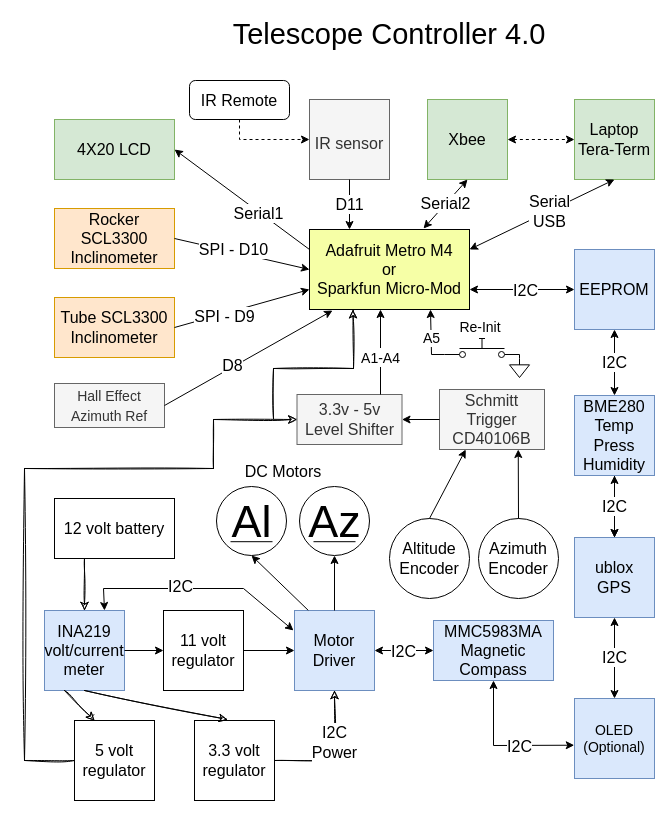
Earlier version of the draw.io diagram TelescopeController4_0.drawio (DavidArmstrong/SAMDTelescopeController). Source tidied: cells renumbered, new cells numbered last; positions are measured from the earlier drawing's top-left corner, leaving out a move shared by most shapes. Both pictures are drawn from the tidied source at 100%, with x=0, y=0 at pixel (24, 19).
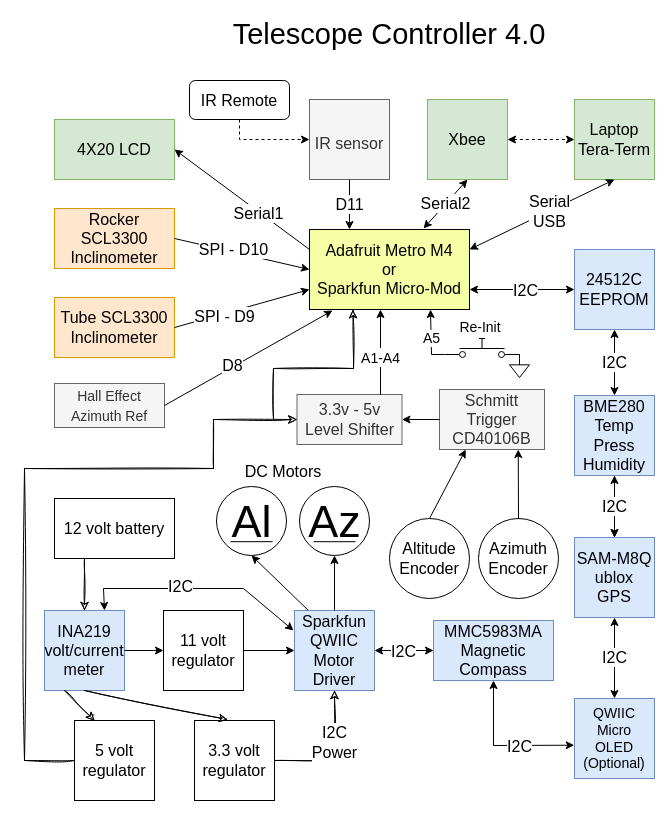
The same page after the edit.

Change to the diagram source:
```diff
@@
-    <mxCell id="10" value="EEPROM" style="whiteSpace=wrap;html=1;fontSize=16;fillColor=#dae8fc;strokeColor=#6c8ebf;" parent="1" vertex="1">
+    <mxCell id="10" value="24512C&lt;br&gt;EEPROM" style="whiteSpace=wrap;html=1;fontSize=16;fillColor=#dae8fc;strokeColor=#6c8ebf;" parent="1" vertex="1">
       <mxGeometry x="550" y="230" width="80" height="80" as="geometry" />
     </mxCell>
@@
-    <mxCell id="14" value="ublox&lt;br&gt;GPS" style="whiteSpace=wrap;html=1;fontSize=16;fillColor=#dae8fc;strokeColor=#6c8ebf;" parent="1" vertex="1">
+    <mxCell id="14" value="SAM-M8Q&lt;br&gt;ublox&lt;br&gt;GPS" style="whiteSpace=wrap;html=1;fontSize=16;fillColor=#dae8fc;strokeColor=#6c8ebf;" parent="1" vertex="1">
       <mxGeometry x="550" y="518" width="80" height="80" as="geometry" />
     </mxCell>
-    <mxCell id="15" value="Motor Driver" style="whiteSpace=wrap;html=1;fontSize=16;fillColor=#dae8fc;strokeColor=#6c8ebf;" parent="1" vertex="1">
+    <mxCell id="15" value="Sparkfun&lt;br&gt;QWIIC&lt;br&gt;Motor Driver" style="whiteSpace=wrap;html=1;fontSize=16;fillColor=#dae8fc;strokeColor=#6c8ebf;" parent="1" vertex="1">
       <mxGeometry x="270" y="591" width="80" height="80" as="geometry" />
     </mxCell>
@@
-    <mxCell id="70" value="OLED (Optional)" style="whiteSpace=wrap;html=1;fontSize=14;fillColor=#dae8fc;strokeColor=#6c8ebf;" parent="1" vertex="1">
+    <mxCell id="70" value="QWIIC&lt;br&gt;Micro&lt;br&gt;OLED (Optional)" style="whiteSpace=wrap;html=1;fontSize=14;fillColor=#dae8fc;strokeColor=#6c8ebf;" parent="1" vertex="1">
       <mxGeometry x="550" y="679" width="80" height="80" as="geometry" />
     </mxCell>
```
